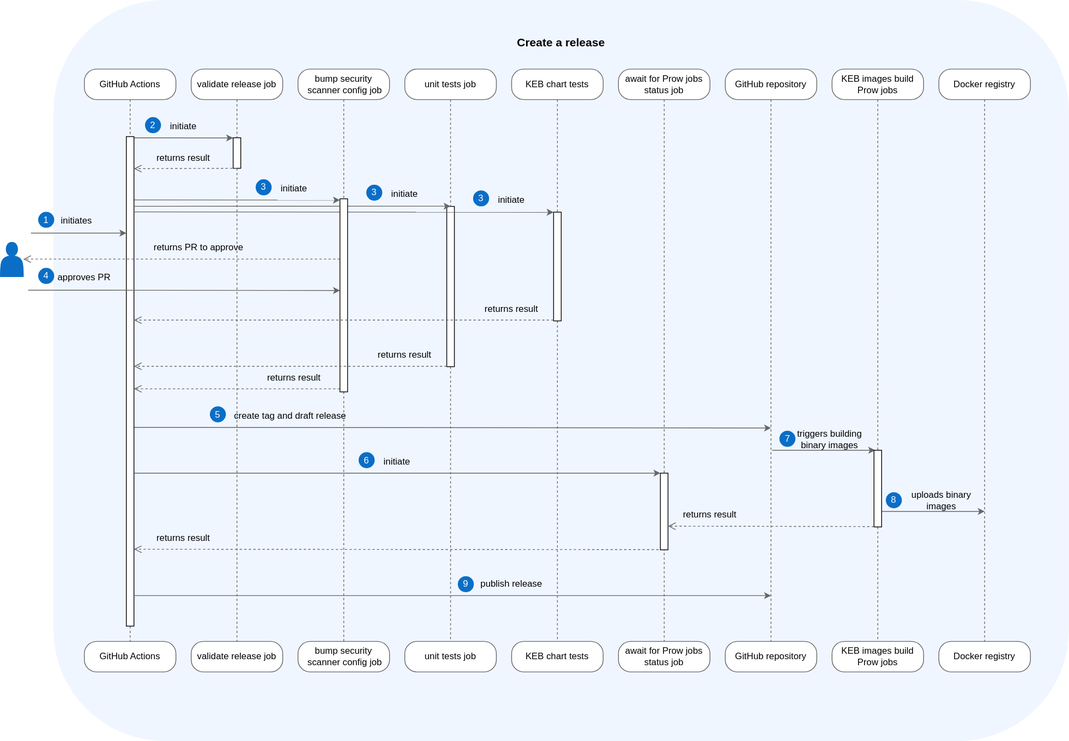
ukff/kyma-environment-broker keeps this draw.io diagram as docs/assets/release.svg. Above is the earlier version. Source tidied: cells renumbered, new cells last; positions are measured from the earlier drawing's top-left corner, leaving out a move shared by most shapes.
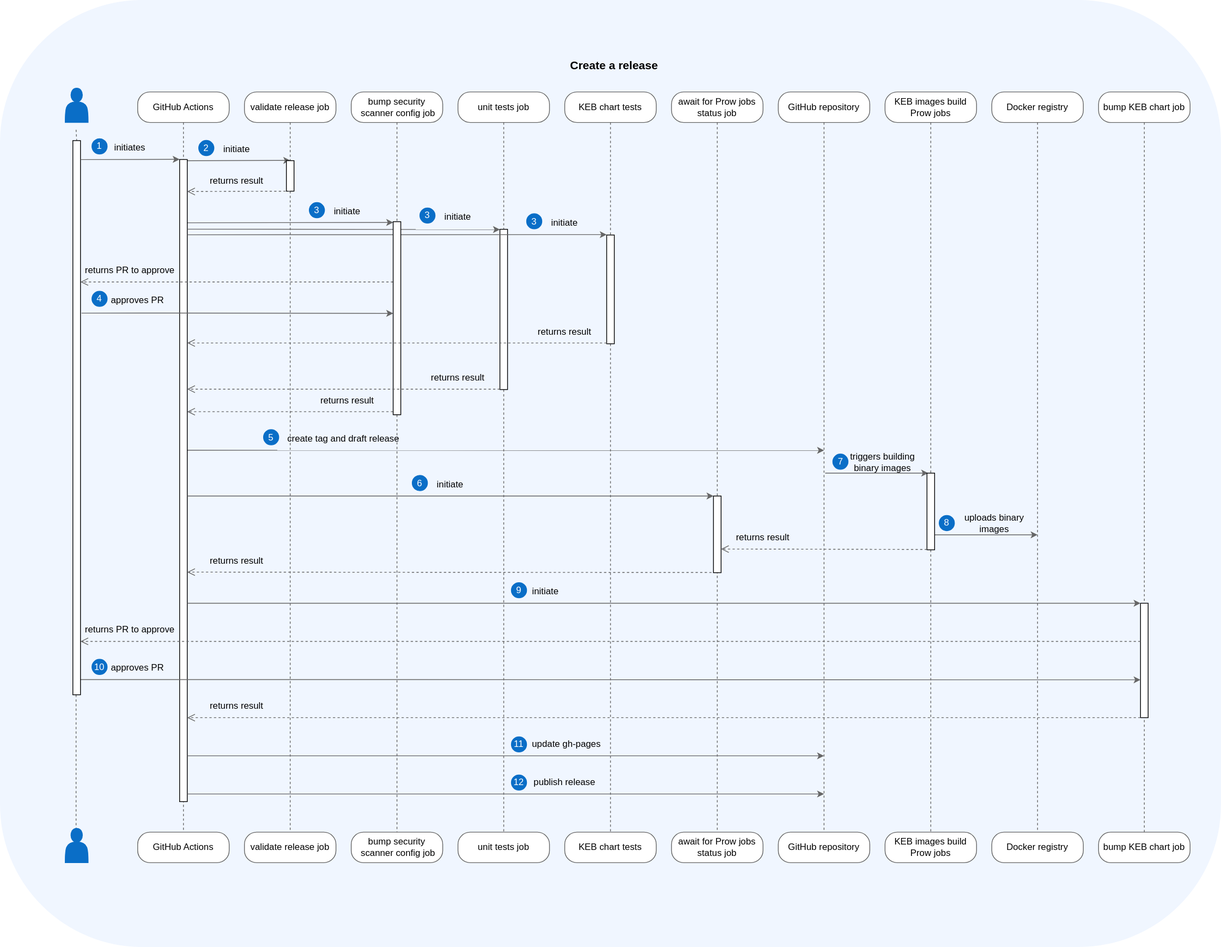
The same file after the commit.

Commit message:
Add KEB Chart publishing to the release workflow (#499)

Change to the diagram source:
```diff
@@ -3,7 +3,7 @@
     <mxCell id="0" />
     <mxCell id="1" parent="0" />
     <mxCell id="2" style="rounded=1;whiteSpace=wrap;html=1;fillColor=#f0f6ff;strokeColor=#f0f6ff;verticalAlign=bottom;" parent="1" vertex="1">
-      <mxGeometry x="70" width="1330" height="970" as="geometry" />
+      <mxGeometry x="-70" y="-30" width="1600" height="1240" as="geometry" />
     </mxCell>
     <mxCell id="3" style="edgeStyle=orthogonalEdgeStyle;html=1;verticalAlign=bottom;endArrow=none;endSize=8;strokeColor=#666666;rounded=1;endFill=0;dashed=1;entryX=0.5;entryY=0;entryDx=0;entryDy=0;" parent="1" edge="1" source="76" target="9">
       <mxGeometry relative="1" as="geometry">
@@ -17,25 +17,25 @@
       <mxGeometry relative="1" as="geometry" />
     </mxCell>
     <mxCell id="5" style="shape=actor;whiteSpace=wrap;html=1;fillColor=#0a6ec7;strokeColor=#0a6ec7;" parent="1" vertex="1">
-      <mxGeometry y="317" width="30" height="45" as="geometry" />
+      <mxGeometry x="15" y="85" width="30" height="45" as="geometry" />
     </mxCell>
     <mxCell id="6" value="GitHub Actions" style="rounded=1;whiteSpace=wrap;html=1;arcSize=40;fontColor=#000000;fillColor=#FFFFFF;strokeColor=#666666;" parent="1" vertex="1">
       <mxGeometry x="110" y="90" width="120" height="40" as="geometry" />
     </mxCell>
     <mxCell id="7" value="GitHub Actions" style="rounded=1;whiteSpace=wrap;html=1;arcSize=40;fontColor=#000000;fillColor=#FFFFFF;strokeColor=#666666;" parent="1" vertex="1">
-      <mxGeometry x="110" y="840" width="120" height="40" as="geometry" />
+      <mxGeometry x="110" y="1060" width="120" height="40" as="geometry" />
     </mxCell>
     <mxCell id="8" value="KEB chart tests" style="rounded=1;whiteSpace=wrap;html=1;arcSize=40;fontColor=#000000;fillColor=#FFFFFF;strokeColor=#666666;" parent="1" vertex="1">
       <mxGeometry x="670" y="90" width="120" height="40" as="geometry" />
     </mxCell>
     <mxCell id="9" value="KEB chart tests" style="rounded=1;whiteSpace=wrap;html=1;arcSize=40;fontColor=#000000;fillColor=#FFFFFF;strokeColor=#666666;" parent="1" vertex="1">
-      <mxGeometry x="670" y="840" width="120" height="40" as="geometry" />
+      <mxGeometry x="670" y="1060" width="120" height="40" as="geometry" />
     </mxCell>
     <mxCell id="10" value="await for Prow jobs status job" style="rounded=1;whiteSpace=wrap;html=1;arcSize=40;fontColor=#000000;fillColor=#FFFFFF;strokeColor=#666666;" parent="1" vertex="1">
       <mxGeometry x="810" y="90" width="120" height="40" as="geometry" />
     </mxCell>
     <mxCell id="11" value="await for Prow jobs status job" style="rounded=1;whiteSpace=wrap;html=1;arcSize=40;fontColor=#000000;fillColor=#FFFFFF;strokeColor=#666666;" parent="1" vertex="1">
-      <mxGeometry x="810" y="840" width="120" height="40" as="geometry" />
+      <mxGeometry x="810" y="1060" width="120" height="40" as="geometry" />
     </mxCell>
     <mxCell id="12" value="GitHub repository" style="rounded=1;whiteSpace=wrap;html=1;arcSize=40;fontColor=#000000;fillColor=#FFFFFF;strokeColor=#666666;" parent="1" vertex="1">
       <mxGeometry x="950" y="90" width="120" height="40" as="geometry" />
@@ -44,7 +44,7 @@
       <mxGeometry relative="1" as="geometry" />
     </mxCell>
     <mxCell id="14" value="GitHub repository" style="rounded=1;whiteSpace=wrap;html=1;arcSize=40;fontColor=#000000;fillColor=#FFFFFF;strokeColor=#666666;" parent="1" vertex="1">
-      <mxGeometry x="950" y="840" width="120" height="40" as="geometry" />
+      <mxGeometry x="950" y="1060" width="120" height="40" as="geometry" />
     </mxCell>
     <mxCell id="15" value="KEB images build Prow jobs" style="rounded=1;whiteSpace=wrap;html=1;arcSize=40;fontColor=#000000;fillColor=#FFFFFF;strokeColor=#666666;" parent="1" vertex="1">
       <mxGeometry x="1090" y="90" width="120" height="40" as="geometry" />
@@ -58,13 +58,13 @@
       </mxGeometry>
     </mxCell>
     <mxCell id="17" value="KEB images build Prow jobs" style="rounded=1;whiteSpace=wrap;html=1;arcSize=40;fontColor=#000000;fillColor=#FFFFFF;strokeColor=#666666;" parent="1" vertex="1">
-      <mxGeometry x="1090" y="840" width="120" height="40" as="geometry" />
+      <mxGeometry x="1090" y="1060" width="120" height="40" as="geometry" />
     </mxCell>
     <mxCell id="18" value="Docker registry" style="rounded=1;whiteSpace=wrap;html=1;arcSize=40;fontColor=#000000;fillColor=#FFFFFF;strokeColor=#666666;" parent="1" vertex="1">
       <mxGeometry x="1230" y="90" width="120" height="40" as="geometry" />
     </mxCell>
     <mxCell id="19" value="Docker registry" style="rounded=1;whiteSpace=wrap;html=1;arcSize=40;fontColor=#000000;fillColor=#FFFFFF;strokeColor=#666666;" parent="1" vertex="1">
-      <mxGeometry x="1230" y="840" width="120" height="40" as="geometry" />
+      <mxGeometry x="1230" y="1060" width="120" height="40" as="geometry" />
     </mxCell>
     <mxCell id="20" style="edgeStyle=elbowEdgeStyle;rounded=1;jettySize=auto;html=1;elbow=vertical;strokeColor=#666666;" parent="1" edge="1" target="38">
       <mxGeometry relative="1" as="geometry">
@@ -77,15 +77,6 @@
         <mxPoint x="1010" y="560" as="targetPoint" />
       </mxGeometry>
     </mxCell>
-    <mxCell id="22" style="edgeStyle=orthogonalEdgeStyle;rounded=1;jettySize=auto;html=1;strokeColor=#666666;" parent="1" edge="1" target="40">
-      <mxGeometry relative="1" as="geometry">
-        <mxPoint x="40" y="305" as="sourcePoint" />
-        <Array as="points">
-          <mxPoint x="130" y="305" />
-          <mxPoint x="130" y="305" />
-        </Array>
-      </mxGeometry>
-    </mxCell>
     <mxCell id="23" value="Create a release" style="text;html=1;strokeColor=none;fillColor=none;align=center;verticalAlign=middle;whiteSpace=wrap;rounded=0;fontSize=15;fontStyle=1;" parent="1" vertex="1">
       <mxGeometry x="670" y="40" width="130" height="30" as="geometry" />
     </mxCell>
@@ -155,7 +146,7 @@
       <mxGeometry relative="1" as="geometry" />
     </mxCell>
     <mxCell id="40" style="html=1;points=[];perimeter=orthogonalPerimeter;outlineConnect=0;targetShapes=umlLifeline;portConstraint=eastwest;newEdgeStyle={&quot;edgeStyle&quot;:&quot;elbowEdgeStyle&quot;,&quot;elbow&quot;:&quot;vertical&quot;,&quot;curved&quot;:0,&quot;rounded&quot;:0};" parent="1" vertex="1">
-      <mxGeometry x="165" y="178.5" width="10" height="641.5" as="geometry" />
+      <mxGeometry x="165" y="178.5" width="10" height="841.5" as="geometry" />
     </mxCell>
     <mxCell id="41" value="initiate" style="text;html=1;strokeColor=none;fillColor=none;align=center;verticalAlign=middle;whiteSpace=wrap;rounded=0;" parent="1" vertex="1">
       <mxGeometry x="210" y="150" width="60" height="30" as="geometry" />
@@ -182,7 +173,7 @@
         </Array>
       </mxGeometry>
     </mxCell>
-    <mxCell id="46" style="html=1;verticalAlign=bottom;endArrow=open;endSize=8;edgeStyle=elbowEdgeStyle;elbow=vertical;rounded=1;dashed=1;strokeColor=#666666;" parent="1" edge="1" target="5">
+    <mxCell id="46" style="html=1;verticalAlign=bottom;endArrow=open;endSize=8;edgeStyle=elbowEdgeStyle;elbow=vertical;rounded=1;dashed=1;strokeColor=#666666;" parent="1" edge="1" target="106">
       <mxGeometry relative="1" as="geometry">
         <mxPoint x="445" y="339" as="sourcePoint" />
         <Array as="points">
@@ -191,7 +182,7 @@
       </mxGeometry>
     </mxCell>
     <mxCell id="47" value="returns PR to approve" style="text;html=1;strokeColor=none;fillColor=none;align=center;verticalAlign=middle;whiteSpace=wrap;rounded=0;" parent="1" vertex="1">
-      <mxGeometry x="200" y="309" width="120" height="30" as="geometry" />
+      <mxGeometry x="40" y="309" width="120" height="30" as="geometry" />
     </mxCell>
     <mxCell id="48" style="edgeStyle=orthogonalEdgeStyle;rounded=1;orthogonalLoop=1;jettySize=auto;html=1;strokeColor=#666666;exitX=1.023;exitY=0.913;exitDx=0;exitDy=0;exitPerimeter=0;" parent="1" edge="1">
       <mxGeometry relative="1" as="geometry">
@@ -203,10 +194,10 @@
       </mxGeometry>
     </mxCell>
     <mxCell id="49" value="initiates" style="text;html=1;strokeColor=none;fillColor=none;align=center;verticalAlign=middle;whiteSpace=wrap;rounded=0;" parent="1" vertex="1">
-      <mxGeometry x="70" y="274" width="60" height="30" as="geometry" />
+      <mxGeometry x="70" y="147.8" width="60" height="30" as="geometry" />
     </mxCell>
     <mxCell id="50" value="&lt;font color=&quot;#ffffff&quot;&gt;1&lt;/font&gt;" style="ellipse;whiteSpace=wrap;html=1;fillColor=#0a6ec7;strokeColor=#0a6ec7;" parent="1" vertex="1">
-      <mxGeometry x="50" y="277.5" width="20" height="20" as="geometry" />
+      <mxGeometry x="50" y="151.3" width="20" height="20" as="geometry" />
     </mxCell>
     <mxCell id="51" value="approves PR" style="text;html=1;strokeColor=none;fillColor=none;align=center;verticalAlign=middle;whiteSpace=wrap;rounded=0;" parent="1" vertex="1">
       <mxGeometry x="70" y="347.6" width="80" height="30" as="geometry" />
@@ -265,27 +256,27 @@
     </mxCell>
     <mxCell id="64" style="edgeStyle=elbowEdgeStyle;rounded=1;orthogonalLoop=1;jettySize=auto;html=1;elbow=vertical;strokeColor=#666666;" parent="1" edge="1">
       <mxGeometry relative="1" as="geometry">
-        <mxPoint x="175" y="780" as="sourcePoint" />
-        <mxPoint x="1010" y="780" as="targetPoint" />
+        <mxPoint x="175" y="1010" as="sourcePoint" />
+        <mxPoint x="1010" y="1010" as="targetPoint" />
         <Array as="points">
-          <mxPoint x="280" y="780" />
+          <mxPoint x="280" y="1010" />
         </Array>
       </mxGeometry>
     </mxCell>
     <mxCell id="65" value="publish release" style="text;html=1;strokeColor=none;fillColor=none;align=center;verticalAlign=middle;whiteSpace=wrap;rounded=0;" parent="1" vertex="1">
-      <mxGeometry x="615" y="750" width="110" height="30" as="geometry" />
+      <mxGeometry x="615" y="980" width="110" height="30" as="geometry" />
     </mxCell>
-    <mxCell id="66" value="&lt;font color=&quot;#ffffff&quot;&gt;9&lt;/font&gt;" style="ellipse;whiteSpace=wrap;html=1;fillColor=#0a6ec7;strokeColor=#0a6ec7;" parent="1" vertex="1">
-      <mxGeometry x="600" y="755" width="20" height="20" as="geometry" />
+    <mxCell id="66" value="&lt;font color=&quot;#ffffff&quot;&gt;12&lt;/font&gt;" style="ellipse;whiteSpace=wrap;html=1;fillColor=#0a6ec7;strokeColor=#0a6ec7;" parent="1" vertex="1">
+      <mxGeometry x="600" y="985" width="20" height="20" as="geometry" />
     </mxCell>
     <mxCell id="67" value="unit tests job" style="rounded=1;whiteSpace=wrap;html=1;arcSize=40;fontColor=#000000;fillColor=#FFFFFF;strokeColor=#666666;" parent="1" vertex="1">
-      <mxGeometry x="530" y="840" width="120" height="40" as="geometry" />
+      <mxGeometry x="530" y="1060" width="120" height="40" as="geometry" />
     </mxCell>
     <mxCell id="68" value="bump&amp;nbsp;security&lt;br&gt;&amp;nbsp;scanner config job" style="rounded=1;whiteSpace=wrap;html=1;arcSize=40;fontColor=#000000;fillColor=#FFFFFF;strokeColor=#666666;" parent="1" vertex="1">
-      <mxGeometry x="390" y="840" width="120" height="40" as="geometry" />
+      <mxGeometry x="390" y="1060" width="120" height="40" as="geometry" />
     </mxCell>
     <mxCell id="69" value="validate release job" style="rounded=1;whiteSpace=wrap;html=1;arcSize=40;fontColor=#000000;fillColor=#FFFFFF;strokeColor=#666666;" parent="1" vertex="1">
-      <mxGeometry x="250" y="840" width="120" height="40" as="geometry" />
+      <mxGeometry x="250" y="1060" width="120" height="40" as="geometry" />
     </mxCell>
     <mxCell id="70" style="edgeStyle=orthogonalEdgeStyle;html=1;verticalAlign=bottom;endArrow=none;endSize=8;strokeColor=#666666;rounded=1;endFill=0;dashed=1;exitX=0.5;exitY=1;exitDx=0;exitDy=0;" parent="1" edge="1" source="36" target="71">
       <mxGeometry relative="1" as="geometry">
@@ -374,5 +365,114 @@
     <mxCell id="89" value="returns result" style="text;html=1;strokeColor=none;fillColor=none;align=center;verticalAlign=middle;whiteSpace=wrap;rounded=0;" parent="1" vertex="1">
       <mxGeometry x="890" y="659" width="80" height="30" as="geometry" />
     </mxCell>
+    <mxCell id="90" value="bump KEB chart job" style="rounded=1;whiteSpace=wrap;html=1;arcSize=40;fontColor=#000000;fillColor=#FFFFFF;strokeColor=#666666;" parent="1" vertex="1">
+      <mxGeometry x="1370" y="90" width="120" height="40" as="geometry" />
+    </mxCell>
+    <mxCell id="91" style="edgeStyle=orthogonalEdgeStyle;html=1;verticalAlign=bottom;endArrow=none;endSize=8;strokeColor=#666666;rounded=1;endFill=0;dashed=1;entryX=0.5;entryY=0;entryDx=0;entryDy=0;" parent="1" edge="1" source="90" target="94">
+      <mxGeometry relative="1" as="geometry" />
+    </mxCell>
+    <mxCell id="92" value="bump KEB chart job" style="rounded=1;whiteSpace=wrap;html=1;arcSize=40;fontColor=#000000;fillColor=#FFFFFF;strokeColor=#666666;" parent="1" vertex="1">
+      <mxGeometry x="1370" y="1060" width="120" height="40" as="geometry" />
+    </mxCell>
+    <mxCell id="93" style="edgeStyle=orthogonalEdgeStyle;html=1;verticalAlign=bottom;endArrow=none;endSize=8;strokeColor=#666666;rounded=1;endFill=0;dashed=1;entryX=0.5;entryY=0;entryDx=0;entryDy=0;exitX=0.5;exitY=0;exitDx=0;exitDy=0;" parent="1" edge="1" source="92" target="94">
+      <mxGeometry relative="1" as="geometry">
+        <Array as="points">
+          <mxPoint x="1430" y="810" />
+          <mxPoint x="1430" y="810" />
+        </Array>
+      </mxGeometry>
+    </mxCell>
+    <mxCell id="94" style="html=1;points=[];perimeter=orthogonalPerimeter;outlineConnect=0;targetShapes=umlLifeline;portConstraint=eastwest;newEdgeStyle={&quot;edgeStyle&quot;:&quot;elbowEdgeStyle&quot;,&quot;elbow&quot;:&quot;vertical&quot;,&quot;curved&quot;:0,&quot;rounded&quot;:0};" parent="1" vertex="1">
+      <mxGeometry x="1425" y="760" width="10" height="150" as="geometry" />
+    </mxCell>
+    <mxCell id="95" style="edgeStyle=elbowEdgeStyle;rounded=1;jettySize=auto;html=1;elbow=vertical;strokeColor=#666666;" parent="1" edge="1" source="40" target="94">
+      <mxGeometry relative="1" as="geometry">
+        <Array as="points">
+          <mxPoint x="1410" y="760" />
+        </Array>
+      </mxGeometry>
+    </mxCell>
+    <mxCell id="96" value="initiate" style="text;html=1;strokeColor=none;fillColor=none;align=center;verticalAlign=middle;whiteSpace=wrap;rounded=0;" parent="1" vertex="1">
+      <mxGeometry x="620" y="730" width="50" height="30" as="geometry" />
+    </mxCell>
+    <mxCell id="97" value="&lt;font color=&quot;#ffffff&quot;&gt;9&lt;/font&gt;" style="ellipse;whiteSpace=wrap;html=1;fillColor=#0a6ec7;strokeColor=#0a6ec7;" parent="1" vertex="1">
+      <mxGeometry x="600" y="733" width="20" height="20" as="geometry" />
+    </mxCell>
+    <mxCell id="98" style="html=1;verticalAlign=bottom;endArrow=open;endSize=8;edgeStyle=elbowEdgeStyle;elbow=vertical;rounded=1;dashed=1;strokeColor=#666666;" parent="1" edge="1" target="106">
+      <mxGeometry relative="1" as="geometry">
+        <mxPoint x="1425" y="810" as="sourcePoint" />
+        <Array as="points">
+          <mxPoint x="1010" y="810" />
+        </Array>
+      </mxGeometry>
+    </mxCell>
+    <mxCell id="99" style="edgeStyle=orthogonalEdgeStyle;rounded=1;jettySize=auto;html=1;strokeColor=#666666;" parent="1" edge="1" source="106">
+      <mxGeometry relative="1" as="geometry">
+        <mxPoint x="1425" y="860.4" as="targetPoint" />
+        <Array as="points">
+          <mxPoint x="340" y="860" />
+          <mxPoint x="340" y="860" />
+        </Array>
+      </mxGeometry>
+    </mxCell>
+    <mxCell id="100" style="html=1;verticalAlign=bottom;endArrow=open;endSize=8;edgeStyle=elbowEdgeStyle;elbow=vertical;rounded=1;dashed=1;strokeColor=#666666;" parent="1" edge="1" source="94" target="40">
+      <mxGeometry relative="1" as="geometry">
+        <Array as="points">
+          <mxPoint x="1020" y="910" />
+        </Array>
+      </mxGeometry>
+    </mxCell>
+    <mxCell id="101" style="edgeStyle=elbowEdgeStyle;rounded=1;orthogonalLoop=1;jettySize=auto;html=1;elbow=vertical;strokeColor=#666666;" parent="1" edge="1">
+      <mxGeometry relative="1" as="geometry">
+        <mxPoint x="175" y="960" as="sourcePoint" />
+        <mxPoint x="1010" y="960" as="targetPoint" />
+        <Array as="points">
+          <mxPoint x="280" y="960" />
+        </Array>
+      </mxGeometry>
+    </mxCell>
+    <mxCell id="102" value="update gh-pages" style="text;html=1;strokeColor=none;fillColor=none;align=center;verticalAlign=middle;whiteSpace=wrap;rounded=0;" parent="1" vertex="1">
+      <mxGeometry x="615" y="930" width="115" height="30" as="geometry" />
+    </mxCell>
+    <mxCell id="103" value="&lt;font color=&quot;#ffffff&quot;&gt;11&lt;/font&gt;" style="ellipse;whiteSpace=wrap;html=1;fillColor=#0a6ec7;strokeColor=#0a6ec7;" parent="1" vertex="1">
+      <mxGeometry x="600" y="935" width="20" height="20" as="geometry" />
+    </mxCell>
+    <mxCell id="104" style="edgeStyle=orthogonalEdgeStyle;html=1;verticalAlign=bottom;endArrow=none;endSize=8;strokeColor=#666666;rounded=1;entryX=0.5;entryY=0;entryDx=0;entryDy=0;endFill=0;dashed=1;" parent="1" edge="1" source="106">
+      <mxGeometry relative="1" as="geometry">
+        <mxPoint x="29.2" y="1069.5" as="targetPoint" />
+        <Array as="points">
+          <mxPoint x="30" y="1032" />
+        </Array>
+      </mxGeometry>
+    </mxCell>
+    <mxCell id="105" style="edgeStyle=orthogonalEdgeStyle;html=1;verticalAlign=bottom;endArrow=none;endSize=8;strokeColor=#666666;rounded=1;entryX=0.5;entryY=0;entryDx=0;entryDy=0;endFill=0;dashed=1;" parent="1" edge="1" target="106">
+      <mxGeometry relative="1" as="geometry">
+        <mxPoint x="29.2" y="139.5" as="sourcePoint" />
+      </mxGeometry>
+    </mxCell>
+    <mxCell id="106" style="html=1;points=[];perimeter=orthogonalPerimeter;outlineConnect=0;targetShapes=umlLifeline;portConstraint=eastwest;newEdgeStyle={&quot;edgeStyle&quot;:&quot;elbowEdgeStyle&quot;,&quot;elbow&quot;:&quot;vertical&quot;,&quot;curved&quot;:0,&quot;rounded&quot;:0};" parent="1" vertex="1">
+      <mxGeometry x="25" y="153.8" width="10" height="726.2" as="geometry" />
+    </mxCell>
+    <mxCell id="107" style="edgeStyle=elbowEdgeStyle;rounded=1;orthogonalLoop=1;jettySize=auto;html=1;elbow=vertical;strokeColor=#666666;" parent="1" edge="1">
+      <mxGeometry relative="1" as="geometry">
+        <mxPoint x="35" y="178.6" as="sourcePoint" />
+        <mxPoint x="165" y="178.5" as="targetPoint" />
+      </mxGeometry>
+    </mxCell>
+    <mxCell id="108" style="shape=actor;whiteSpace=wrap;html=1;fillColor=#0a6ec7;strokeColor=#0a6ec7;" parent="1" vertex="1">
+      <mxGeometry x="15" y="1055" width="30" height="45" as="geometry" />
+    </mxCell>
+    <mxCell id="109" value="approves PR" style="text;html=1;strokeColor=none;fillColor=none;align=center;verticalAlign=middle;whiteSpace=wrap;rounded=0;" parent="1" vertex="1">
+      <mxGeometry x="70" y="830" width="80" height="30" as="geometry" />
+    </mxCell>
+    <mxCell id="110" value="&lt;font color=&quot;#ffffff&quot;&gt;10&lt;/font&gt;" style="ellipse;whiteSpace=wrap;html=1;fillColor=#0a6ec7;strokeColor=#0a6ec7;" parent="1" vertex="1">
+      <mxGeometry x="50" y="833.5" width="20" height="20" as="geometry" />
+    </mxCell>
+    <mxCell id="111" value="returns PR to approve" style="text;html=1;strokeColor=none;fillColor=none;align=center;verticalAlign=middle;whiteSpace=wrap;rounded=0;" parent="1" vertex="1">
+      <mxGeometry x="40" y="780" width="120" height="30" as="geometry" />
+    </mxCell>
+    <mxCell id="112" value="returns result" style="text;html=1;strokeColor=none;fillColor=none;align=center;verticalAlign=middle;whiteSpace=wrap;rounded=0;" parent="1" vertex="1">
+      <mxGeometry x="200" y="880" width="80" height="30" as="geometry" />
+    </mxCell>
   </root>
 </mxGraphModel>
```
